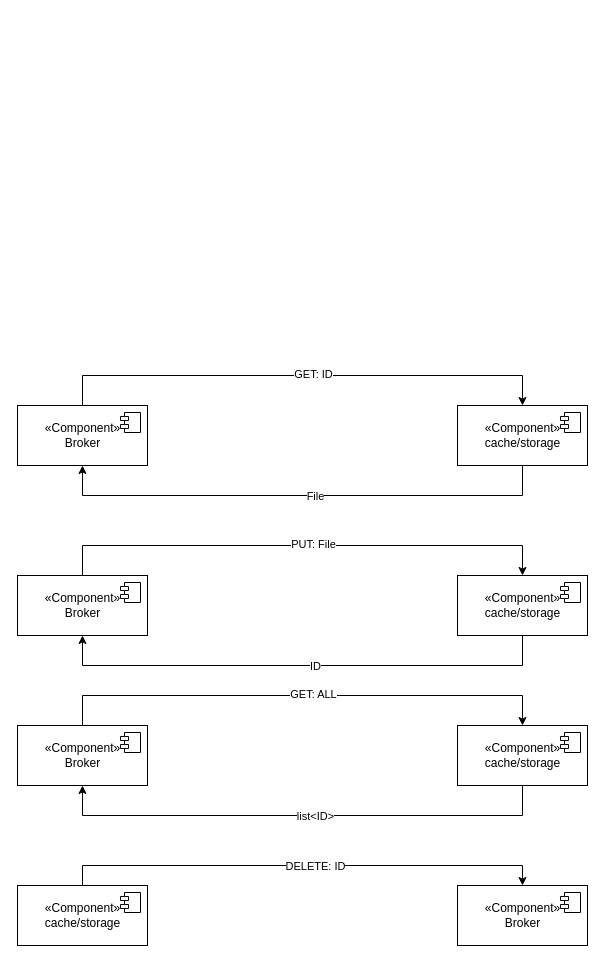
Earlier version of the draw.io diagram page "comunicacion" (3 of 3) of diagramas/diagramas.drawio (dhasane/gestor-informacion). Source tidied: cells renumbered, new cells numbered last; positions are measured from the earlier drawing's top-left corner, leaving out a move shared by most shapes. Both pictures are drawn from the tidied source at 100%, with x=0, y=0 at pixel (17, 375).
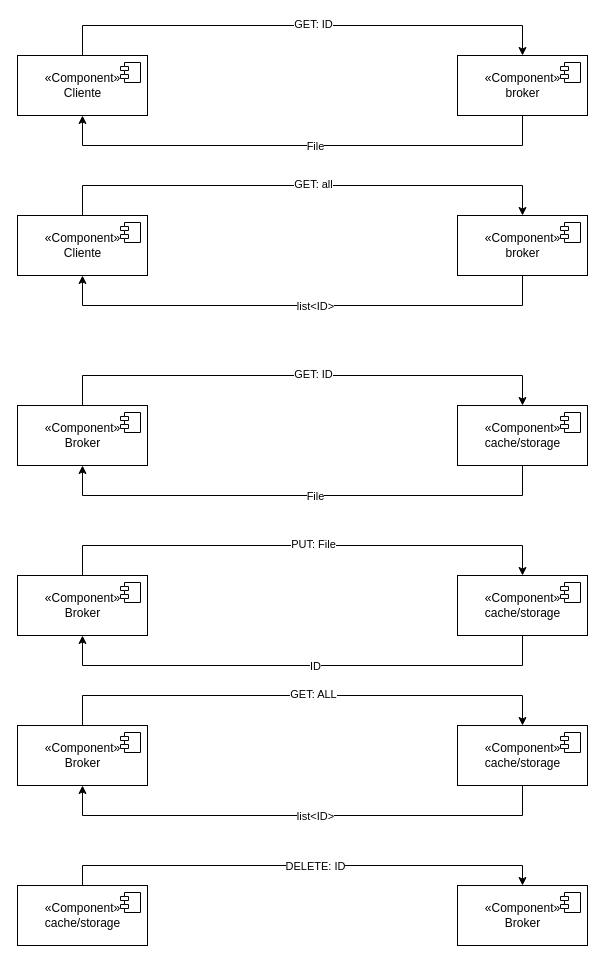
The same page after the edit.

What changed in the source:
```diff
@@
+    <mxCell id="32" style="edgeStyle=orthogonalEdgeStyle;rounded=0;jettySize=auto;html=1;entryX=0.5;entryY=1;entryDx=0;entryDy=0;" parent="1" edge="1" source="34" target="38">
+      <mxGeometry relative="1" as="geometry">
+        <Array as="points">
+          <mxPoint x="505" y="-70" />
+          <mxPoint x="65" y="-70" />
+        </Array>
+      </mxGeometry>
+    </mxCell>
+    <mxCell id="33" value="list&amp;lt;ID&amp;gt;" style="edgeLabel;html=1;align=center;verticalAlign=middle;" parent="32" vertex="1">
+      <mxGeometry x="-0.05" relative="1" as="geometry" />
+    </mxCell>
+    <mxCell id="34" value="«Component»&lt;br&gt;broker" style="html=1;" parent="1" vertex="1">
+      <mxGeometry x="440" y="-160" width="130" height="60" as="geometry" />
+    </mxCell>
+    <mxCell id="35" style="shape=module;jettyWidth=8;jettyHeight=4;" parent="34" vertex="1">
+      <mxGeometry x="1" width="20" height="20" relative="1" as="geometry">
+        <mxPoint x="-27" y="7" as="offset" />
+      </mxGeometry>
+    </mxCell>
+    <mxCell id="36" style="edgeStyle=orthogonalEdgeStyle;rounded=0;jettySize=auto;html=1;" parent="1" edge="1" source="38" target="34">
+      <mxGeometry relative="1" as="geometry">
+        <Array as="points">
+          <mxPoint x="65" y="-190" />
+        </Array>
+      </mxGeometry>
+    </mxCell>
+    <mxCell id="37" value="GET: all" style="edgeLabel;html=1;align=center;verticalAlign=middle;" parent="36" vertex="1">
+      <mxGeometry x="0.04" y="2" relative="1" as="geometry" />
+    </mxCell>
+    <mxCell id="38" value="«Component»&lt;br&gt;Cliente" style="html=1;" parent="1" vertex="1">
+      <mxGeometry y="-160" width="130" height="60" as="geometry" />
+    </mxCell>
+    <mxCell id="39" style="shape=module;jettyWidth=8;jettyHeight=4;" parent="38" vertex="1">
+      <mxGeometry x="1" width="20" height="20" relative="1" as="geometry">
+        <mxPoint x="-27" y="7" as="offset" />
+      </mxGeometry>
+    </mxCell>
+    <mxCell id="40" style="edgeStyle=orthogonalEdgeStyle;rounded=0;jettySize=auto;html=1;entryX=0.5;entryY=1;entryDx=0;entryDy=0;" parent="1" edge="1" source="42" target="46">
+      <mxGeometry relative="1" as="geometry">
+        <Array as="points">
+          <mxPoint x="505" y="-230" />
+          <mxPoint x="65" y="-230" />
+        </Array>
+      </mxGeometry>
+    </mxCell>
+    <mxCell id="41" value="File" style="edgeLabel;html=1;align=center;verticalAlign=middle;" parent="40" vertex="1">
+      <mxGeometry x="-0.05" relative="1" as="geometry" />
+    </mxCell>
+    <mxCell id="42" value="«Component»&lt;br&gt;broker" style="html=1;" parent="1" vertex="1">
+      <mxGeometry x="440" y="-320" width="130" height="60" as="geometry" />
+    </mxCell>
+    <mxCell id="43" style="shape=module;jettyWidth=8;jettyHeight=4;" parent="42" vertex="1">
+      <mxGeometry x="1" width="20" height="20" relative="1" as="geometry">
+        <mxPoint x="-27" y="7" as="offset" />
+      </mxGeometry>
+    </mxCell>
+    <mxCell id="44" style="edgeStyle=orthogonalEdgeStyle;rounded=0;jettySize=auto;html=1;" parent="1" edge="1" source="46" target="42">
+      <mxGeometry relative="1" as="geometry">
+        <Array as="points">
+          <mxPoint x="65" y="-350" />
+        </Array>
+      </mxGeometry>
+    </mxCell>
+    <mxCell id="45" value="GET: ID" style="edgeLabel;html=1;align=center;verticalAlign=middle;" parent="44" vertex="1">
+      <mxGeometry x="0.04" y="2" relative="1" as="geometry" />
+    </mxCell>
+    <mxCell id="46" value="«Component»&lt;br&gt;Cliente" style="html=1;" parent="1" vertex="1">
+      <mxGeometry y="-320" width="130" height="60" as="geometry" />
+    </mxCell>
+    <mxCell id="47" style="shape=module;jettyWidth=8;jettyHeight=4;" parent="46" vertex="1">
+      <mxGeometry x="1" width="20" height="20" relative="1" as="geometry">
+        <mxPoint x="-27" y="7" as="offset" />
+      </mxGeometry>
+    </mxCell>
```
